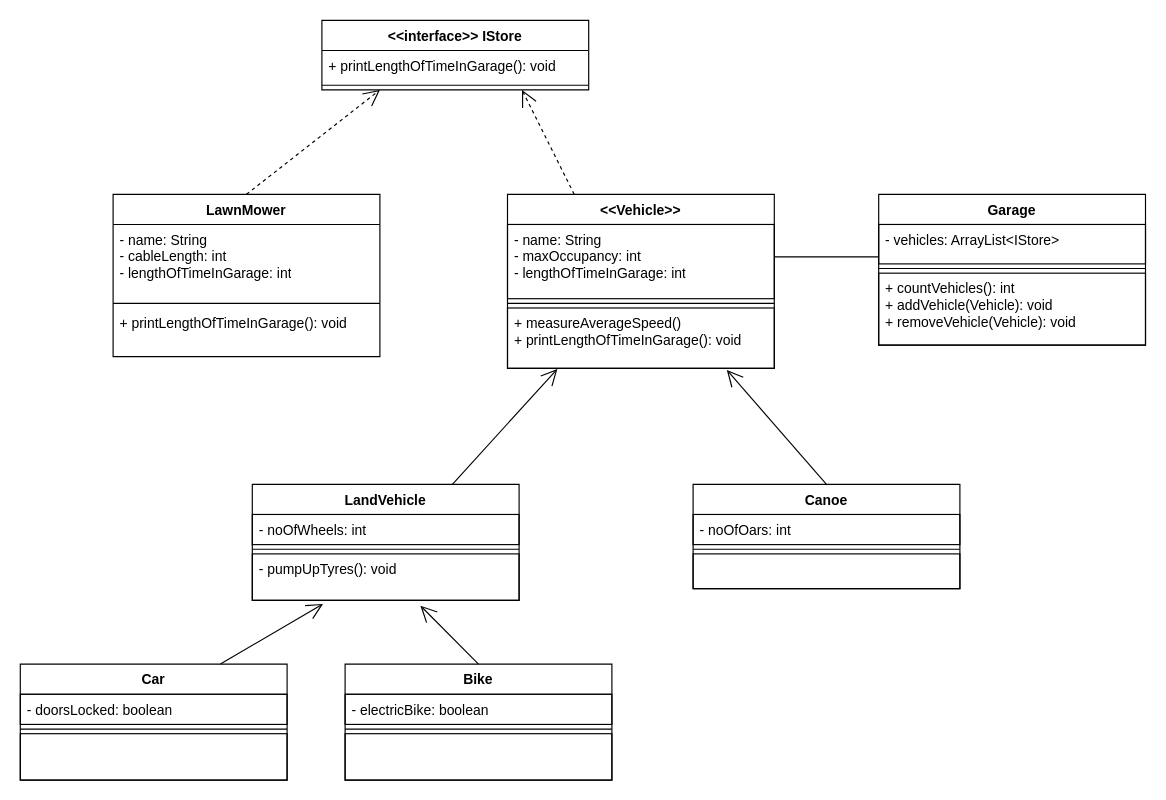
Above: PolymorphismUMLFinal.drawio in H8S8/PolymorphismLab (draw.io), before the change. Source tidied: cells renumbered, new cells numbered last; positions are measured from the earlier drawing's top-left corner, leaving out a move shared by most shapes. Both pictures are drawn from the tidied source at 116%, with x=0, y=0 at pixel (20, 20).
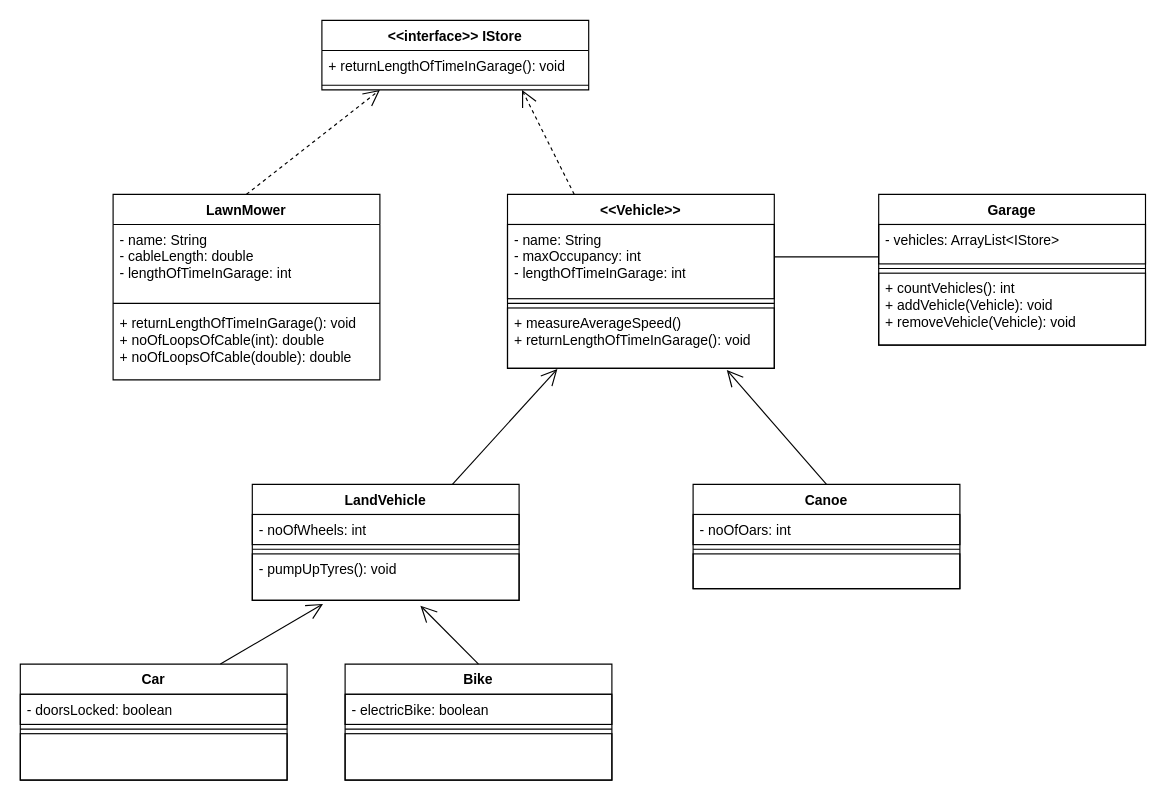
The same diagram, later.

Unchanged cells that the change refers to:
```xml
<mxCell id="2" value="&amp;lt;&amp;lt;Vehicle&amp;gt;&amp;gt;" style="swimlane;fontStyle=1;align=center;verticalAlign=top;horizontal=1;startSize=26;whiteSpace=wrap;html=1;strokeColor=#000000;" parent="1" vertex="1">
  <mxGeometry x="420" y="150" width="230" height="150" as="geometry" />
</mxCell>
<mxCell id="35" value="&amp;lt;&amp;lt;interface&amp;gt;&amp;gt; IStore" style="swimlane;fontStyle=1;align=center;verticalAlign=top;horizontal=1;startSize=26;whiteSpace=wrap;html=1;" parent="1" vertex="1">
  <mxGeometry x="260" width="230" height="60" as="geometry" />
</mxCell>
```

The edit, as a diff of the source:
```diff
@@
-    <mxCell id="5" value="+ measureAverageSpeed()&lt;br&gt;+ printLengthOfTimeInGarage(): void" style="text;strokeColor=#000000;fillColor=none;align=left;verticalAlign=top;spacingLeft=4;spacingRight=4;overflow=hidden;points=[[0,0.5],[1,0.5]];portConstraint=eastwest;whiteSpace=wrap;html=1;" parent="2" vertex="1">
+    <mxCell id="5" value="+ measureAverageSpeed()&lt;br&gt;+ returnLengthOfTimeInGarage(): void" style="text;strokeColor=#000000;fillColor=none;align=left;verticalAlign=top;spacingLeft=4;spacingRight=4;overflow=hidden;points=[[0,0.5],[1,0.5]];portConstraint=eastwest;whiteSpace=wrap;html=1;" parent="2" vertex="1">
       <mxGeometry y="98" width="230" height="52" as="geometry" />
     </mxCell>
@@
     <mxCell id="31" value="LawnMower" style="swimlane;fontStyle=1;align=center;verticalAlign=top;horizontal=1;startSize=26;whiteSpace=wrap;html=1;" parent="1" vertex="1">
-      <mxGeometry x="80" y="150" width="230" height="140" as="geometry" />
+      <mxGeometry x="80" y="150" width="230" height="160" as="geometry" />
     </mxCell>
-    <mxCell id="32" value="- name: String&lt;br&gt;- cableLength: int&lt;br&gt;- lengthOfTimeInGarage: int" style="text;strokeColor=none;fillColor=none;align=left;verticalAlign=top;spacingLeft=4;spacingRight=4;overflow=hidden;whiteSpace=wrap;html=1;" parent="31" vertex="1">
+    <mxCell id="32" value="- name: String&lt;br&gt;- cableLength: double&lt;br&gt;- lengthOfTimeInGarage: int" style="text;strokeColor=none;fillColor=none;align=left;verticalAlign=top;spacingLeft=4;spacingRight=4;overflow=hidden;whiteSpace=wrap;html=1;" parent="31" vertex="1">
       <mxGeometry y="26" width="230" height="64" as="geometry" />
     </mxCell>
@@
-    <mxCell id="34" value="+ printLengthOfTimeInGarage(): void" style="text;strokeColor=none;fillColor=none;align=left;verticalAlign=top;spacingLeft=4;spacingRight=4;overflow=hidden;whiteSpace=wrap;html=1;" parent="31" vertex="1">
-      <mxGeometry y="98" width="230" height="42" as="geometry" />
+    <mxCell id="34" value="+ returnLengthOfTimeInGarage(): void&lt;br&gt;+ noOfLoopsOfCable(int): double&lt;br&gt;+ noOfLoopsOfCable(double): double" style="text;strokeColor=none;fillColor=none;align=left;verticalAlign=top;spacingLeft=4;spacingRight=4;overflow=hidden;whiteSpace=wrap;html=1;" parent="31" vertex="1">
+      <mxGeometry y="98" width="230" height="62" as="geometry" />
     </mxCell>
@@
-    <mxCell id="36" value="+ printLengthOfTimeInGarage(): void" style="text;strokeColor=none;fillColor=none;align=left;verticalAlign=top;spacingLeft=4;spacingRight=4;overflow=hidden;whiteSpace=wrap;html=1;" parent="35" vertex="1">
+    <mxCell id="36" value="+ returnLengthOfTimeInGarage(): void" style="text;strokeColor=none;fillColor=none;align=left;verticalAlign=top;spacingLeft=4;spacingRight=4;overflow=hidden;whiteSpace=wrap;html=1;" parent="35" vertex="1">
       <mxGeometry y="26" width="230" height="26" as="geometry" />
     </mxCell>
```
